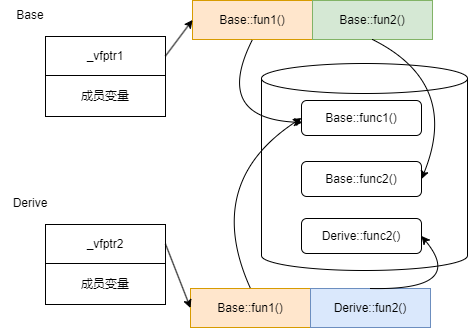
sirius-zyj/Images keeps this draw.io diagram as CS/语言/C(++)/虚函数.drawio.png. Above is the earlier version. Source tidied: cells renumbered, new cells last; positions are measured from the earlier drawing's top-left corner, leaving out a move shared by most shapes.
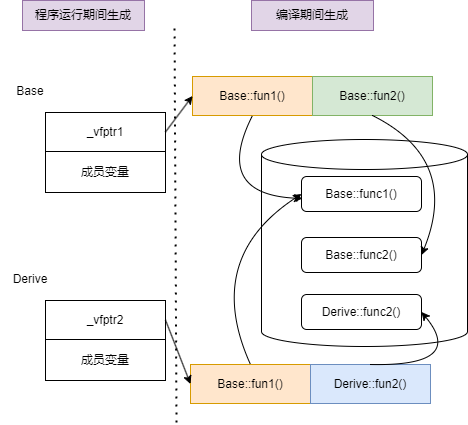
Above is the later version.

Commit message:
更新虚函数.drawio.png

Diff of the diagram source:
```diff
@@ -79,5 +79,17 @@
         </Array>
       </mxGeometry>
     </mxCell>
+    <mxCell id="22" style="endArrow=none;dashed=1;html=1;dashPattern=1 3;strokeWidth=2;rounded=0;" parent="1" edge="1">
+      <mxGeometry relative="1" as="geometry">
+        <mxPoint x="176" y="346" as="sourcePoint" />
+        <mxPoint x="174" y="-54" as="targetPoint" />
+      </mxGeometry>
+    </mxCell>
+    <mxCell id="23" value="编译期间生成" style="text;html=1;align=center;verticalAlign=middle;whiteSpace=wrap;rounded=0;fillColor=#e1d5e7;strokeColor=#9673a6;" parent="1" vertex="1">
+      <mxGeometry x="251" y="-76" width="122" height="30" as="geometry" />
+    </mxCell>
+    <mxCell id="24" value="程序运行期间生成" style="text;html=1;align=center;verticalAlign=middle;whiteSpace=wrap;rounded=0;fillColor=#e1d5e7;strokeColor=#9673a6;" parent="1" vertex="1">
+      <mxGeometry x="22" y="-76" width="122" height="30" as="geometry" />
+    </mxCell>
   </root>
 </mxGraphModel>
```
